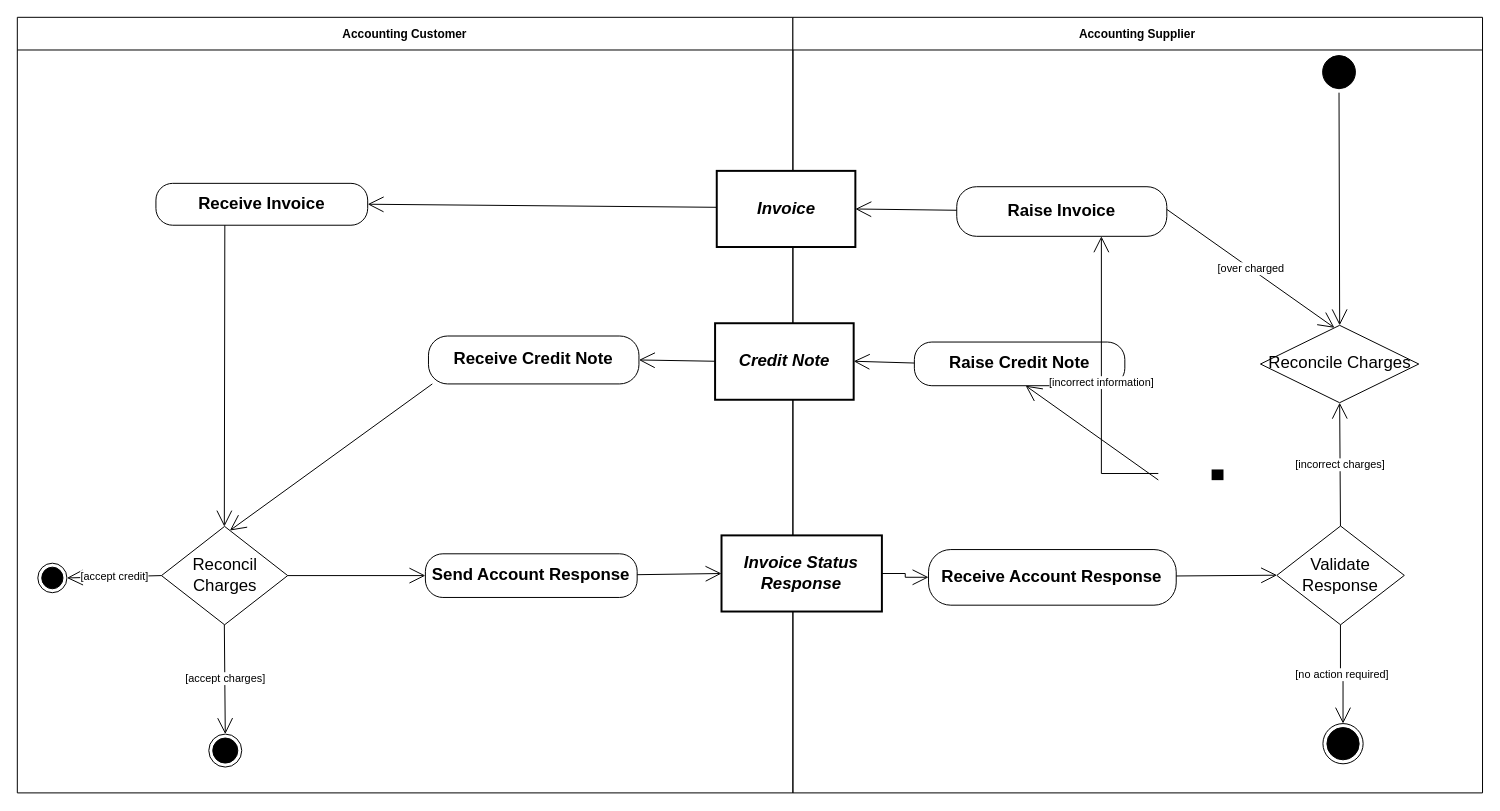
Earlier version of the draw.io diagram examples/UBL-2.5-BillingwithCreditNoteProcess/UBL-2.5-BillingwithCreditNoteProcess.drawio (kduvekot/ubl-work-on-svg-images). Source tidied: cells renumbered, new cells numbered last; positions are measured from the earlier drawing's top-left corner, leaving out a move shared by most shapes. Both pictures are drawn from the tidied source at 99%, with x=0, y=0 at pixel (17, 17).
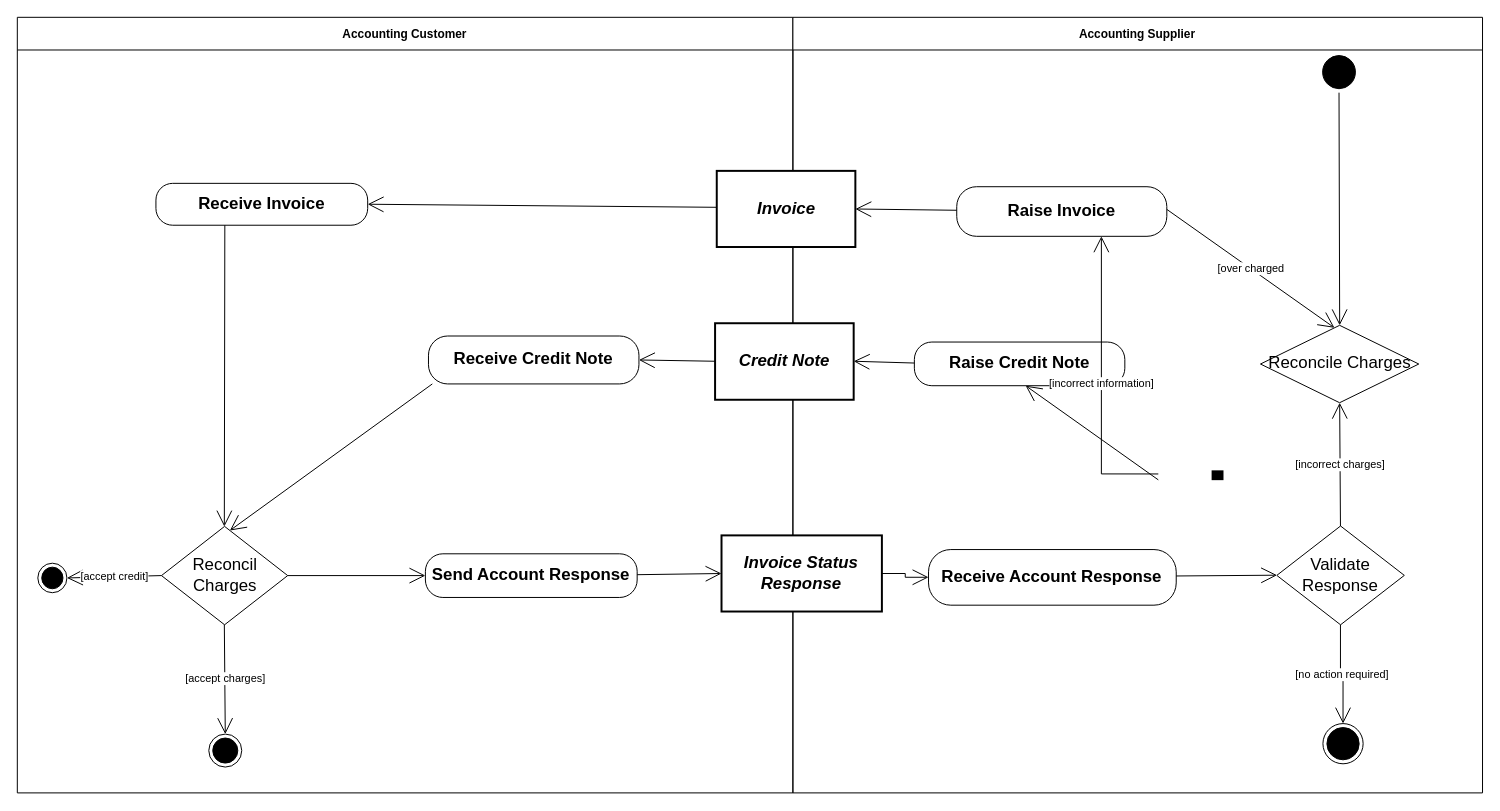
The same diagram, later.

Unchanged cells that the change refers to:
```xml
<mxCell id="7" value="Raise Invoice" style="rounded=1;arcSize=40;whiteSpace=wrap;html=1;fontStyle=1;fontFamily=Helvetica;fontSize=17;" parent="1" vertex="1">
  <mxGeometry x="948.9" y="171.1" width="212.2" height="50.1" as="geometry" />
</mxCell>
<mxCell id="11" value="Raise Credit Note" style="rounded=1;arcSize=40;whiteSpace=wrap;html=1;fontStyle=1;fontFamily=Helvetica;fontSize=17;" parent="1" vertex="1">
  <mxGeometry x="906.1" y="328" width="212.6" height="44.1" as="geometry" />
</mxCell>
```

Diff of the diagram source:
```diff
@@
     <mxCell id="12" style="html=1;shape=line;direction=north;strokeWidth=12;fontFamily=Helvetica;fontSize=17;" parent="1" vertex="1">
-      <mxGeometry x="1152.5" y="456.7" width="119.7" height="10.8" as="geometry" />
+      <mxGeometry x="1152.5" y="457.6" width="119.7" height="9.9" as="geometry" />
     </mxCell>
@@
-    <mxCell id="26" value="[incorrect information]" style="edgeStyle=orthogonalEdgeStyle;rounded=0;html=1;endArrow=open;endFill=0;endSize=14;exitX=0.6241;exitY=0.0;entryX=0.6885;entryY=1.0;" parent="1" edge="1" source="12" target="7">
+    <mxCell id="26" value="[incorrect information]" style="edgeStyle=orthogonalEdgeStyle;rounded=0;html=1;endArrow=open;endFill=0;endSize=14;exitX=0.6316;exitY=0.0;entryX=0.6885;entryY=1.0;" parent="1" edge="1" source="12" target="7">
       <mxGeometry relative="1" as="geometry" />
     </mxCell>
@@
-    <mxCell id="30" style="edgeStyle=none;rounded=0;html=1;endArrow=open;endFill=0;endSize=14;exitX=0.0175;exitY=0.0;entryX=0.5287;entryY=1.0;" parent="1" edge="1" source="12" target="11">
+    <mxCell id="30" style="edgeStyle=none;rounded=0;html=1;endArrow=open;endFill=0;endSize=14;exitX=0.0284;exitY=0.0;entryX=0.5287;entryY=1.0;" parent="1" edge="1" source="12" target="11">
       <mxGeometry relative="1" as="geometry" />
     </mxCell>
```
